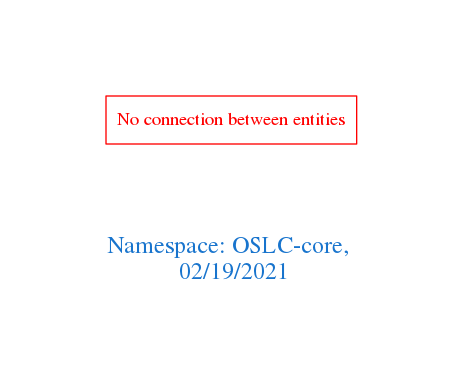
arago/OGIT keeps this Graphviz diagram as downloads/OSLC-core.png. Above is the earlier version. Its source is kept beside it as downloads/OSLC-core.dot.
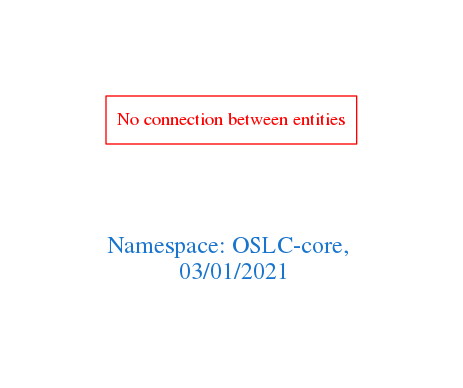
After the change.

What changed in the source:
```diff
@@ -1,7 +1,7 @@
 digraph OGIT_ontology {
  graph [ rankdir= LR,pad=1
 fontsize = 18,
-fontcolor= dodgerblue3,label = "\n\n\nNamespace: OSLC-core, \n 02/19/2021"];
+fontcolor= dodgerblue3,label = "\n\n\nNamespace: OSLC-core, \n 03/01/2021"];
 node[shape=polygon];
 edge [  color="gray81"];
 
```
